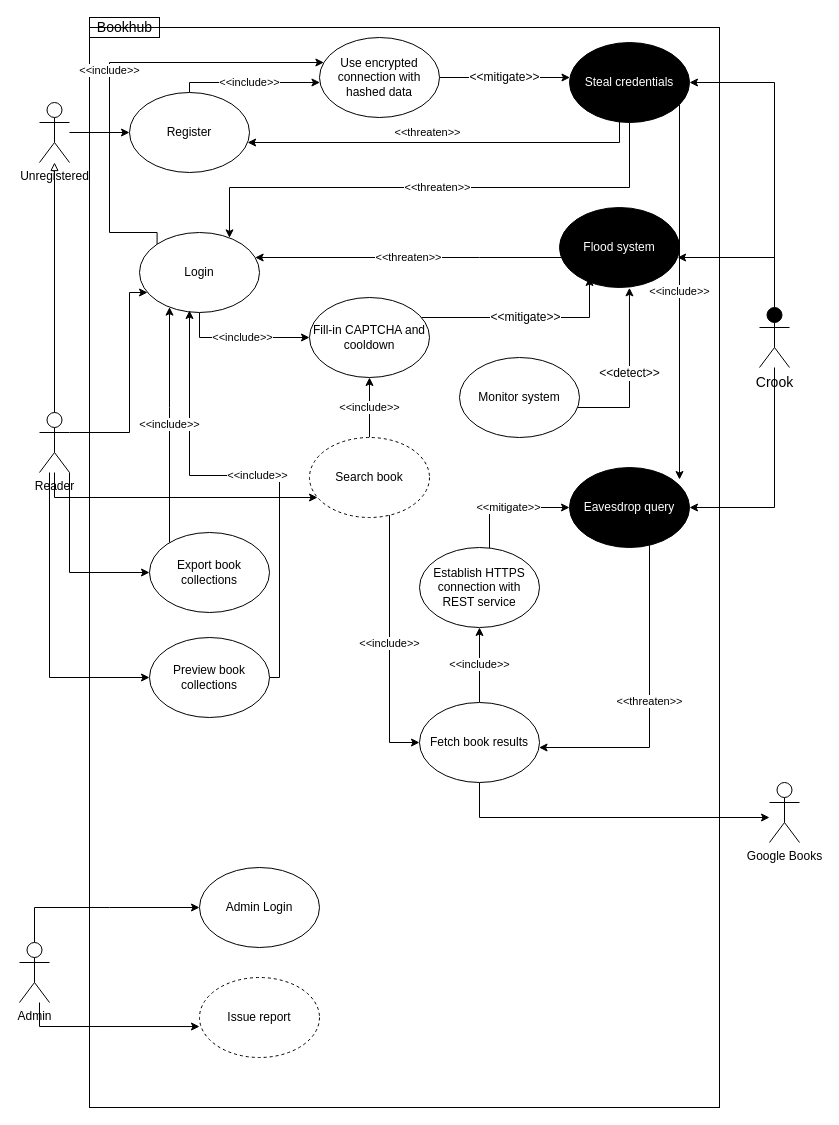
The draw.io diagram page "project-misuse-case" (3 of 3) of project/hss-project-use-cases.drawio in ivanchuchulski/highly-secure-software, before the edit. Source tidied: cells renumbered, new cells numbered last; positions are measured from the earlier drawing's top-left corner, leaving out a move shared by most shapes. Both pictures are drawn from the tidied source at 100%, with x=0, y=0 at pixel (19, 17).
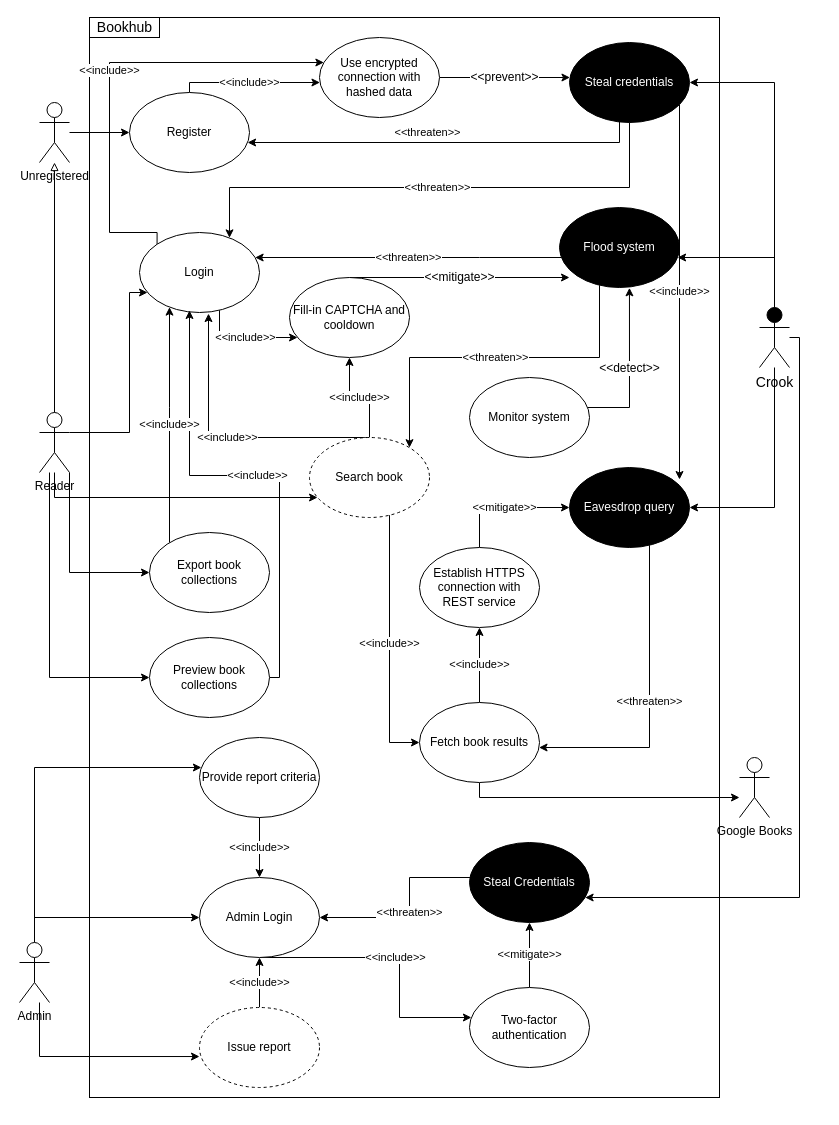
The same page after the edit.

Unchanged cells that the change refers to:
```xml
<mxCell id="5" value="Search book" style="ellipse;whiteSpace=wrap;html=1;dashed=1;" parent="1" vertex="1">
  <mxGeometry x="290" y="420" width="120" height="80" as="geometry" />
</mxCell>
<mxCell id="8" value="Admin" style="shape=umlActor;verticalLabelPosition=bottom;verticalAlign=top;html=1;outlineConnect=0;" parent="1" vertex="1">
  <mxGeometry y="925" width="30" height="60" as="geometry" />
</mxCell>
<mxCell id="19" value="Login" style="ellipse;whiteSpace=wrap;html=1;" parent="1" vertex="1">
  <mxGeometry x="120" y="215" width="120" height="80" as="geometry" />
</mxCell>
<mxCell id="29" value="Fetch book results" style="ellipse;whiteSpace=wrap;html=1;" parent="1" vertex="1">
  <mxGeometry x="400" y="685" width="120" height="80" as="geometry" />
</mxCell>
<mxCell id="36" value="Crook" style="shape=umlActor;verticalLabelPosition=bottom;verticalAlign=top;html=1;fontSize=14;strokeColor=default;fillColor=#000000;" parent="1" vertex="1">
  <mxGeometry x="740" y="290" width="30" height="60" as="geometry" />
</mxCell>
<mxCell id="40" value="Steal credentials" style="ellipse;whiteSpace=wrap;html=1;fontColor=#FFFFFF;fillColor=#000000;" parent="1" vertex="1">
  <mxGeometry x="550" y="25" width="120" height="80" as="geometry" />
</mxCell>
<mxCell id="42" value="Use encrypted connection with hashed data" style="ellipse;whiteSpace=wrap;html=1;strokeColor=default;" parent="1" vertex="1">
  <mxGeometry x="300" y="20" width="120" height="80" as="geometry" />
</mxCell>
<mxCell id="44" value="Flood system" style="ellipse;whiteSpace=wrap;html=1;fontColor=#FFFFFF;fillColor=#000000;" parent="1" vertex="1">
  <mxGeometry x="540" y="190" width="120" height="80" as="geometry" />
</mxCell>
<mxCell id="50" value="Eavesdrop query" style="ellipse;whiteSpace=wrap;html=1;fontColor=#FFFFFF;fillColor=#000000;" parent="1" vertex="1">
  <mxGeometry x="550" y="450" width="120" height="80" as="geometry" />
</mxCell>
<mxCell id="52" value="Establish HTTPS connection with REST service" style="ellipse;whiteSpace=wrap;html=1;" parent="1" vertex="1">
  <mxGeometry x="400" y="530" width="120" height="80" as="geometry" />
</mxCell>
```

What changed in the source:
```diff
@@
     <mxCell id="2" style="rounded=0;whiteSpace=wrap;html=1;strokeColor=default;" parent="1" vertex="1">
-      <mxGeometry x="70" y="10" width="630" height="1080" as="geometry" />
+      <mxGeometry x="70" width="630" height="1080" as="geometry" />
     </mxCell>
@@
+    <mxCell id="53" value="&amp;lt;&amp;lt;include&amp;gt;&amp;gt;" style="edgeStyle=orthogonalEdgeStyle;rounded=0;jettySize=auto;html=1;entryX=0.575;entryY=1.013;entryDx=0;entryDy=0;entryPerimeter=0;" parent="1" edge="1" source="5" target="19">
+      <mxGeometry relative="1" as="geometry">
+        <Array as="points">
+          <mxPoint x="189" y="420" />
+        </Array>
+      </mxGeometry>
+    </mxCell>
@@
     <mxCell id="6" style="edgeStyle=orthogonalEdgeStyle;rounded=0;jettySize=auto;html=1;entryX=0;entryY=0.5;entryDx=0;entryDy=0;endArrow=classic;endFill=1;" parent="1" edge="1" source="8" target="10">
       <mxGeometry relative="1" as="geometry">
         <Array as="points">
-          <mxPoint x="90" y="890" />
-          <mxPoint x="90" y="890" />
+          <mxPoint x="15" y="900" />
         </Array>
       </mxGeometry>
     </mxCell>
     <mxCell id="7" style="edgeStyle=orthogonalEdgeStyle;rounded=0;jettySize=auto;html=1;entryX=0;entryY=0.613;entryDx=0;entryDy=0;entryPerimeter=0;endArrow=classic;endFill=1;" parent="1" edge="1" source="8" target="9">
       <mxGeometry relative="1" as="geometry">
         <Array as="points">
-          <mxPoint x="20" y="1009" />
+          <mxPoint x="20" y="1039" />
         </Array>
       </mxGeometry>
     </mxCell>
+    <mxCell id="54" style="edgeStyle=orthogonalEdgeStyle;rounded=0;jettySize=auto;html=1;exitX=0.5;exitY=0;exitDx=0;exitDy=0;exitPerimeter=0;" parent="1" edge="1" source="8" target="62">
+      <mxGeometry relative="1" as="geometry">
+        <Array as="points">
+          <mxPoint x="15" y="750" />
+        </Array>
+      </mxGeometry>
+    </mxCell>
@@
+    <mxCell id="55" value="&amp;lt;&amp;lt;include&amp;gt;&amp;gt;" style="edgeStyle=orthogonalEdgeStyle;rounded=0;jettySize=auto;html=1;" parent="1" edge="1" source="9" target="10">
+      <mxGeometry relative="1" as="geometry" />
+    </mxCell>
     <mxCell id="9" value="Issue report" style="ellipse;whiteSpace=wrap;html=1;dashed=1;" parent="1" vertex="1">
-      <mxGeometry x="180" y="960" width="120" height="80" as="geometry" />
+      <mxGeometry x="180" y="990" width="120" height="80" as="geometry" />
     </mxCell>
+    <mxCell id="56" value="&amp;lt;&amp;lt;include&amp;gt;&amp;gt;" style="edgeStyle=orthogonalEdgeStyle;rounded=0;jettySize=auto;html=1;" parent="1" edge="1" source="10" target="64">
+      <mxGeometry relative="1" as="geometry">
+        <Array as="points">
+          <mxPoint x="380" y="940" />
+          <mxPoint x="380" y="1000" />
+        </Array>
+      </mxGeometry>
+    </mxCell>
     <mxCell id="10" value="Admin Login" style="ellipse;whiteSpace=wrap;html=1;" parent="1" vertex="1">
-      <mxGeometry x="180" y="850" width="120" height="80" as="geometry" />
+      <mxGeometry x="180" y="860" width="120" height="80" as="geometry" />
     </mxCell>
@@
     <mxCell id="12" value="Google Books" style="shape=umlActor;verticalLabelPosition=bottom;verticalAlign=top;html=1;outlineConnect=0;" parent="1" vertex="1">
-      <mxGeometry x="750" y="765" width="30" height="60" as="geometry" />
+      <mxGeometry x="720" y="740" width="30" height="60" as="geometry" />
     </mxCell>
@@
     <mxCell id="18" value="&amp;lt;&amp;lt;include&amp;gt;&amp;gt;" style="edgeStyle=orthogonalEdgeStyle;rounded=0;jettySize=auto;html=1;" parent="1" edge="1" source="19" target="46">
       <mxGeometry relative="1" as="geometry">
         <Array as="points">
-          <mxPoint x="180" y="320" />
+          <mxPoint x="200" y="320" />
         </Array>
       </mxGeometry>
     </mxCell>
@@
     <mxCell id="27" style="edgeStyle=orthogonalEdgeStyle;rounded=0;jettySize=auto;html=1;startArrow=classic;startFill=1;endArrow=none;endFill=0;" parent="1" edge="1" source="12" target="29">
       <mxGeometry relative="1" as="geometry">
         <Array as="points">
-          <mxPoint x="460" y="800" />
+          <mxPoint x="460" y="780" />
         </Array>
       </mxGeometry>
     </mxCell>
@@
+    <mxCell id="57" style="edgeStyle=orthogonalEdgeStyle;rounded=0;jettySize=auto;html=1;" parent="1" edge="1" source="36" target="60">
+      <mxGeometry relative="1" as="geometry">
+        <Array as="points">
+          <mxPoint x="780" y="320" />
+          <mxPoint x="780" y="880" />
+        </Array>
+      </mxGeometry>
+    </mxCell>
@@
-    <mxCell id="41" value="&amp;lt;&amp;lt;mitigate&amp;gt;&amp;gt;" style="edgeStyle=orthogonalEdgeStyle;rounded=0;jettySize=auto;html=1;fontSize=12;fontColor=default;endArrow=classic;endFill=1;" parent="1" edge="1" source="42" target="40">
+    <mxCell id="41" value="&amp;lt;&amp;lt;prevent&amp;gt;&amp;gt;" style="edgeStyle=orthogonalEdgeStyle;rounded=0;jettySize=auto;html=1;fontSize=12;fontColor=default;endArrow=classic;endFill=1;" parent="1" edge="1" source="42" target="40">
       <mxGeometry relative="1" as="geometry">
         <Array as="points">
           <mxPoint x="360" y="65" />
         </Array>
       </mxGeometry>
     </mxCell>
@@
+    <mxCell id="58" value="&amp;lt;&amp;lt;threaten&amp;gt;&amp;gt;" style="edgeStyle=orthogonalEdgeStyle;rounded=0;jettySize=auto;html=1;" parent="1" edge="1" source="44" target="5">
+      <mxGeometry relative="1" as="geometry">
+        <Array as="points">
+          <mxPoint x="580" y="340" />
+          <mxPoint x="390" y="340" />
+        </Array>
+      </mxGeometry>
+    </mxCell>
@@
     <mxCell id="45" value="&amp;lt;&amp;lt;mitigate&amp;gt;&amp;gt;" style="edgeStyle=orthogonalEdgeStyle;rounded=0;jettySize=auto;html=1;fontSize=12;fontColor=default;endArrow=classic;endFill=1;" parent="1" edge="1" source="46">
       <mxGeometry relative="1" as="geometry">
-        <mxPoint x="570" y="260" as="targetPoint" />
+        <mxPoint x="550" y="260" as="targetPoint" />
         <Array as="points">
-          <mxPoint x="570" y="300" />
-          <mxPoint x="570" y="260" />
+          <mxPoint x="380" y="260" />
+          <mxPoint x="380" y="260" />
         </Array>
       </mxGeometry>
     </mxCell>
     <mxCell id="46" value="Fill-in CAPTCHA and cooldown" style="ellipse;whiteSpace=wrap;html=1;" parent="1" vertex="1">
-      <mxGeometry x="290" y="280" width="120" height="80" as="geometry" />
+      <mxGeometry x="270" y="260" width="120" height="80" as="geometry" />
     </mxCell>
@@
     <mxCell id="48" value="Monitor system" style="ellipse;whiteSpace=wrap;html=1;" parent="1" vertex="1">
-      <mxGeometry x="440" y="340" width="120" height="80" as="geometry" />
+      <mxGeometry x="450" y="360" width="120" height="80" as="geometry" />
     </mxCell>
@@
     <mxCell id="51" value="&amp;lt;&amp;lt;mitigate&amp;gt;&amp;gt;" style="edgeStyle=orthogonalEdgeStyle;rounded=0;jettySize=auto;html=1;" parent="1" edge="1" source="52" target="50">
       <mxGeometry relative="1" as="geometry">
         <Array as="points">
-          <mxPoint x="470" y="490" />
+          <mxPoint x="460" y="490" />
         </Array>
       </mxGeometry>
     </mxCell>
@@
+    <mxCell id="59" value="&amp;lt;&amp;lt;threaten&amp;gt;&amp;gt;" style="edgeStyle=orthogonalEdgeStyle;rounded=0;jettySize=auto;html=1;entryX=1;entryY=0.5;entryDx=0;entryDy=0;" parent="1" edge="1" source="60" target="10">
+      <mxGeometry relative="1" as="geometry">
+        <Array as="points">
+          <mxPoint x="390" y="860" />
+          <mxPoint x="390" y="900" />
+        </Array>
+      </mxGeometry>
+    </mxCell>
+    <mxCell id="60" value="Steal Credentials" style="ellipse;whiteSpace=wrap;html=1;fontColor=#FFFFFF;fillColor=#000000;" parent="1" vertex="1">
+      <mxGeometry x="450" y="825" width="120" height="80" as="geometry" />
+    </mxCell>
+    <mxCell id="61" value="&amp;lt;&amp;lt;include&amp;gt;&amp;gt;" style="edgeStyle=orthogonalEdgeStyle;rounded=0;jettySize=auto;html=1;entryX=0.5;entryY=0;entryDx=0;entryDy=0;" parent="1" edge="1" source="62" target="10">
+      <mxGeometry relative="1" as="geometry" />
+    </mxCell>
+    <mxCell id="62" value="Provide report criteria" style="ellipse;whiteSpace=wrap;html=1;" parent="1" vertex="1">
+      <mxGeometry x="180" y="720" width="120" height="80" as="geometry" />
+    </mxCell>
+    <mxCell id="63" value="&amp;lt;&amp;lt;mitigate&amp;gt;&amp;gt;" style="edgeStyle=orthogonalEdgeStyle;rounded=0;jettySize=auto;html=1;" parent="1" edge="1" source="64" target="60">
+      <mxGeometry relative="1" as="geometry" />
+    </mxCell>
+    <mxCell id="64" value="Two-factor authentication" style="ellipse;whiteSpace=wrap;html=1;" parent="1" vertex="1">
+      <mxGeometry x="450" y="970" width="120" height="80" as="geometry" />
+    </mxCell>
```
